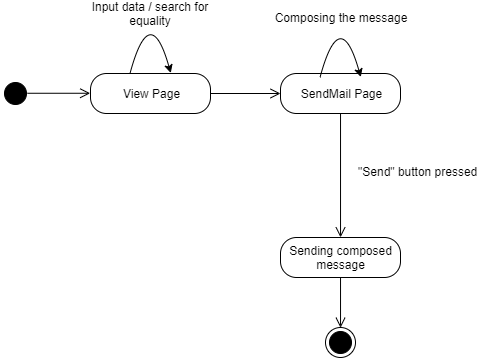
Before: Diagrams/StateDiagrams/SendMailStateDiagram.png, a diagram exported from draw.io (EfimSirotkin/SchoolStaffManager). Source tidied: cells renumbered, new cells last; positions are measured from the earlier drawing's top-left corner, leaving out a move shared by most shapes.
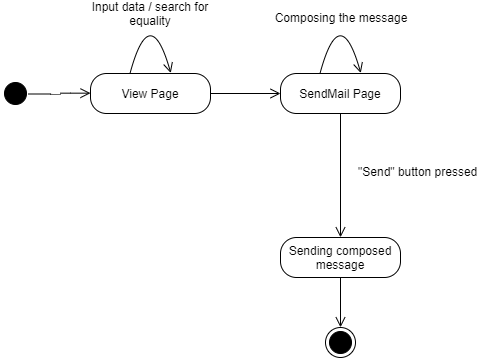
After the change.

Commit message:
fixed state diagrams

The edit, as a diff of the source:
```diff
@@ -11,7 +11,7 @@
     <mxCell id="4" value="View Page" style="rounded=1;whiteSpace=wrap;html=1;arcSize=40;fontColor=#000000;fillColor=#FFFFFF;strokeColor=#000000;shadow=0;" parent="1" vertex="1">
       <mxGeometry x="90" y="74" width="120" height="40" as="geometry" />
     </mxCell>
-    <mxCell id="5" style="endArrow=classic;html=1;strokeColor=#000000;fillColor=#000000;curved=1;entryX=0.673;entryY=-0.036;entryDx=0;entryDy=0;entryPerimeter=0;" parent="1" edge="1">
+    <mxCell id="5" style="endArrow=open;html=1;strokeColor=#000000;fillColor=#000000;curved=1;entryX=0.673;entryY=-0.036;entryDx=0;entryDy=0;entryPerimeter=0;endSize=8;endFill=0;" parent="1" edge="1">
       <mxGeometry relative="1" as="geometry">
         <mxPoint x="129.5" y="74" as="sourcePoint" />
         <mxPoint x="170.3" y="73.6" as="targetPoint" />
@@ -38,12 +38,12 @@
     <mxCell id="11" value="Composing the message" style="text;html=1;strokeColor=none;fillColor=none;align=center;verticalAlign=middle;whiteSpace=wrap;rounded=0;shadow=0;" parent="1" vertex="1">
       <mxGeometry x="270" y="8" width="140" height="20" as="geometry" />
     </mxCell>
-    <mxCell id="12" style="endArrow=classic;html=1;strokeColor=#000000;fillColor=#000000;curved=1;entryX=0.673;entryY=-0.036;entryDx=0;entryDy=0;entryPerimeter=0;" parent="1" edge="1">
+    <mxCell id="12" style="endArrow=open;html=1;strokeColor=#000000;fillColor=#000000;curved=1;entryX=0.673;entryY=-0.036;entryDx=0;entryDy=0;entryPerimeter=0;endSize=8;endFill=0;" parent="1" edge="1">
       <mxGeometry relative="1" as="geometry">
-        <mxPoint x="319.5" y="78" as="sourcePoint" />
-        <mxPoint x="360.3" y="77.6" as="targetPoint" />
+        <mxPoint x="319.5" y="74" as="sourcePoint" />
+        <mxPoint x="360.3" y="73.6" as="targetPoint" />
         <Array as="points">
-          <mxPoint x="339.5" y="4" />
+          <mxPoint x="339.5" />
         </Array>
       </mxGeometry>
     </mxCell>
```
